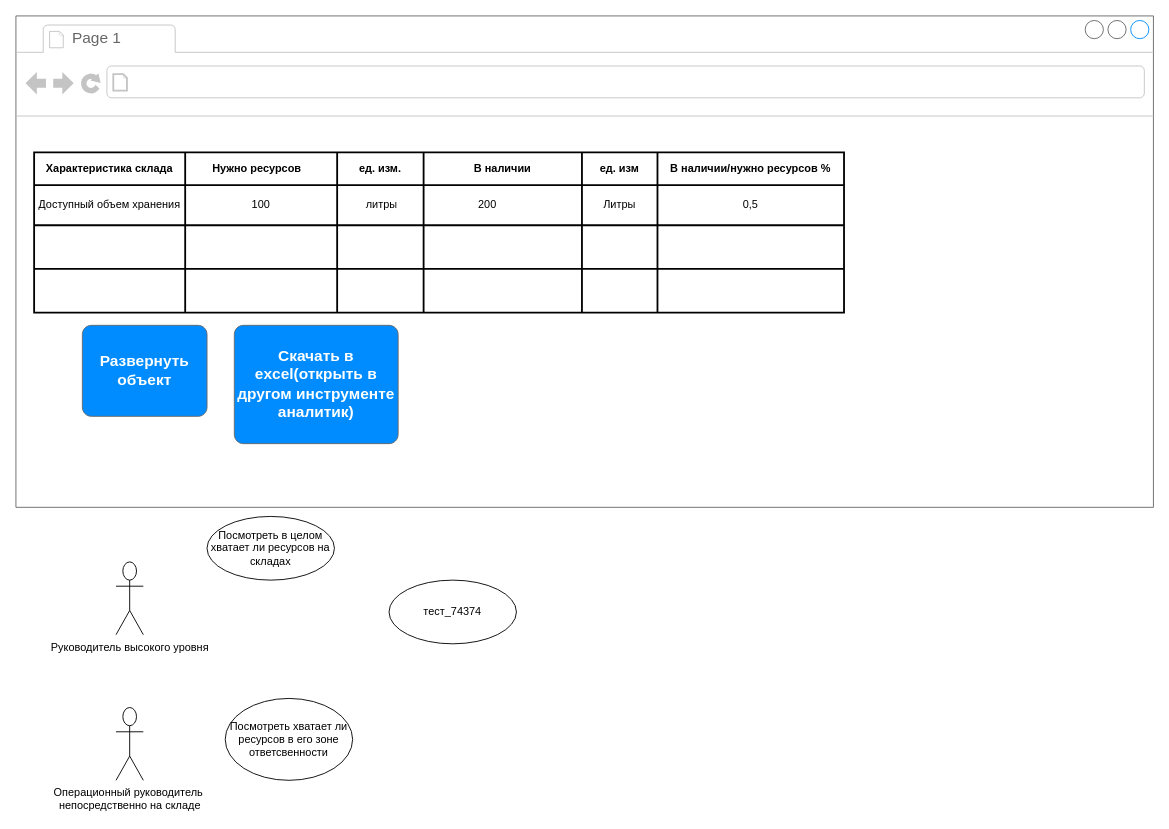
The draw.io diagram Диаграмма без названия.drawio in AntonKoltsov85/AntonKoltsov85, before the edit. Source tidied: cells renumbered, new cells numbered last; positions are measured from the earlier drawing's top-left corner, leaving out a move shared by most shapes. Both pictures are drawn from the tidied source at 91%, with x=0, y=0 at pixel (15, 15).
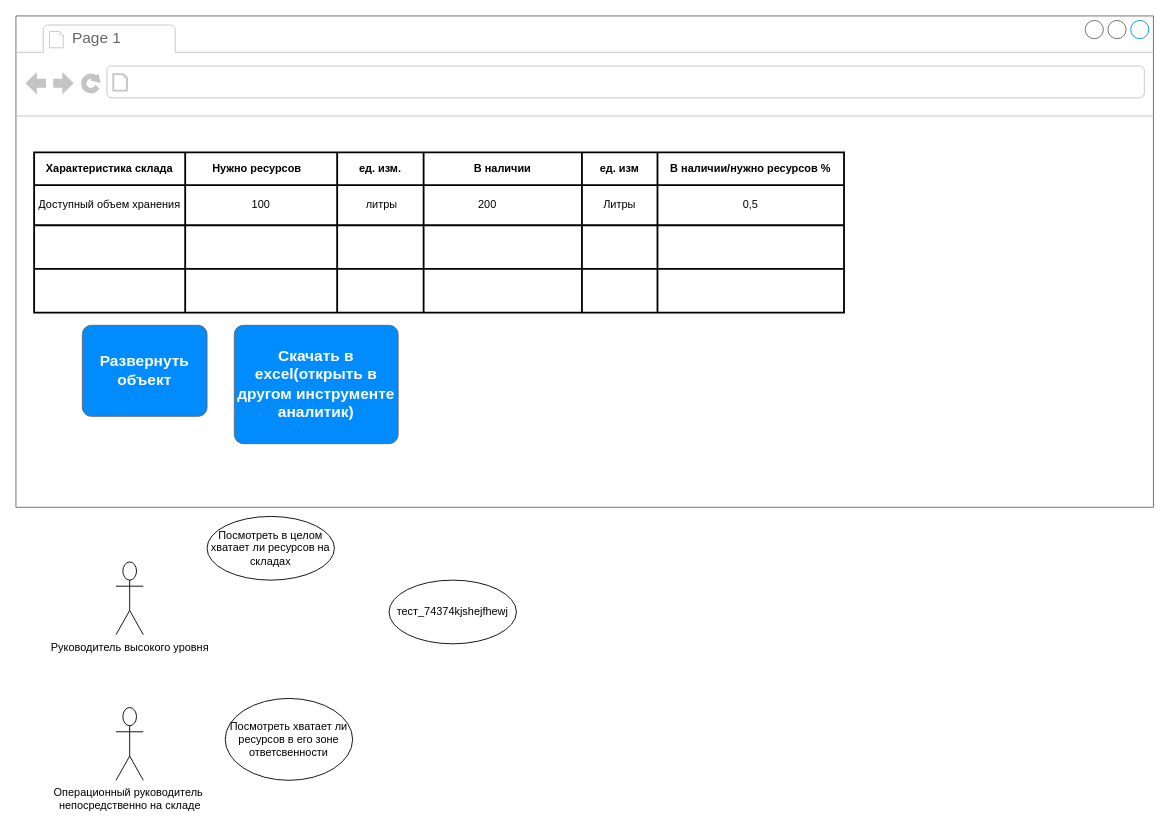
The same diagram, later.

Diff of the diagram source:
```diff
@@
-    <mxCell id="40" value="тест_74374" style="ellipse;whiteSpace=wrap;html=1;" parent="1" vertex="1">
+    <mxCell id="40" value="тест_74374kjshejfhewj" style="ellipse;whiteSpace=wrap;html=1;" parent="1" vertex="1">
       <mxGeometry x="410" y="620" width="140" height="70" as="geometry" />
     </mxCell>
```
